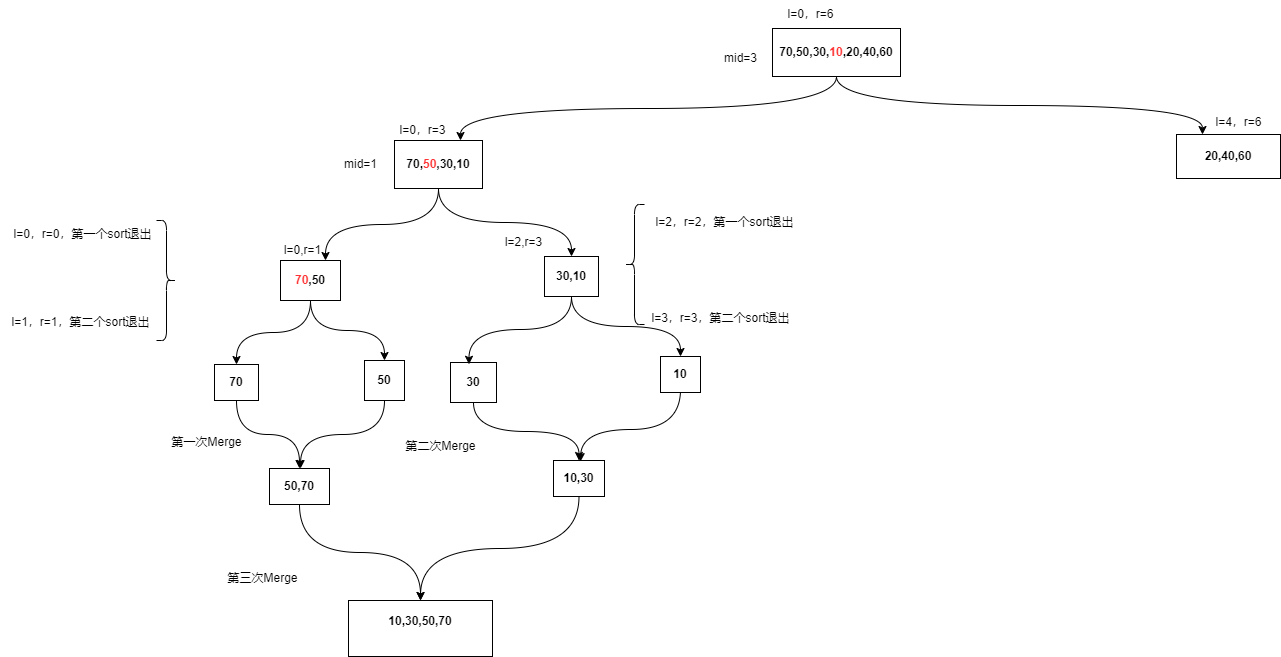
The draw.io diagram AlgorithmsAndDataStructures/归并算法.drawio.png in wjb0823/drawio, before a commit. Source tidied: cells renumbered, new cells last; positions are measured from the earlier drawing's top-left corner, leaving out a move shared by most shapes.
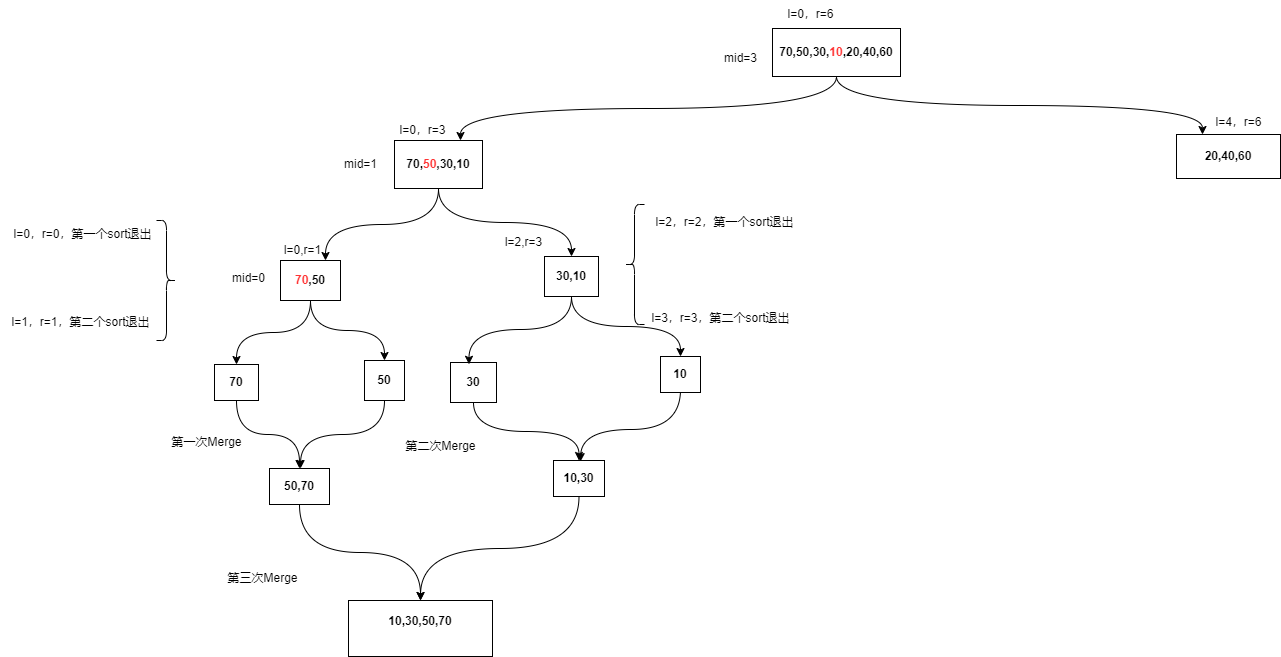
After the change.

Commit message:
更新归并算法.drawio.png

Diff of the diagram source:
```diff
@@ -139,5 +139,8 @@
     <mxCell id="43" value="l=4，r=6" style="text;html=1;align=center;verticalAlign=middle;strokeColor=none;fillColor=none;" parent="1" vertex="1">
       <mxGeometry x="1204" y="108" width="68" height="28" as="geometry" />
     </mxCell>
+    <mxCell id="44" value="mid=0" style="text;html=1;align=center;verticalAlign=middle;strokeColor=none;fillColor=none;" parent="1" vertex="1">
+      <mxGeometry x="220" y="264" width="56" height="28" as="geometry" />
+    </mxCell>
   </root>
 </mxGraphModel>
```
